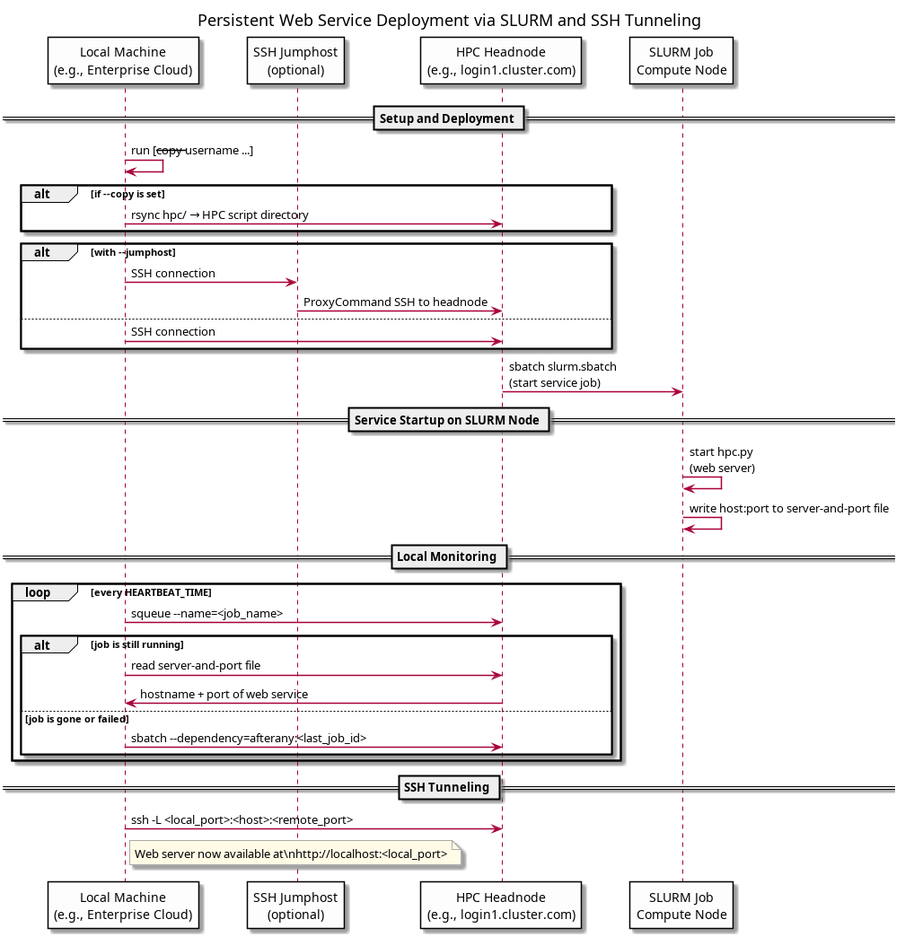
The PlantUML diagram architecture/slurm_service_workflow.png in NormanTUD/hpc_server_continously_running_http_job, before a commit. The source it was exported from:
```plantuml
@startuml slurm_service_workflow

title Persistent Web Service Deployment via SLURM and SSH Tunneling

skinparam participantPadding 20
skinparam sequenceArrowThickness 1.5
skinparam participant {
  BackgroundColor #fdfdfd
  BorderColor black
  FontColor black
}
skinparam note {
  BackgroundColor #fffbe6
  BorderColor #aaaaaa
}

participant "Local Machine\n(e.g., Enterprise Cloud)" as Local
participant "SSH Jumphost\n(optional)" as Jumphost
participant "HPC Headnode\n(e.g., login1.cluster.com)" as Headnode
participant "SLURM Job\nCompute Node" as Slurm

== Setup and Deployment ==

Local -> Local : run [--copy --username ...]
alt if --copy is set
    Local -> Headnode : rsync hpc/ → HPC script directory
end

alt with --jumphost
    Local -> Jumphost : SSH connection
    Jumphost -> Headnode : ProxyCommand SSH to headnode
else
    Local -> Headnode : SSH connection
end

Headnode -> Slurm : sbatch slurm.sbatch\n(start service job)

== Service Startup on SLURM Node ==

Slurm -> Slurm : start hpc.py\n(web server)
Slurm -> Slurm : write host:port to server-and-port file

== Local Monitoring ==

loop every HEARTBEAT_TIME
    Local -> Headnode : squeue --name=<job_name>
    alt job is still running
        Local -> Headnode : read server-and-port file
        Headnode -> Local : hostname + port of web service
    else job is gone or failed
        Local -> Headnode : sbatch --dependency=afterany:<last_job_id>
    end
end

== SSH Tunneling ==

Local -> Headnode : ssh -L <local_port>:<host>:<remote_port>
note right of Local
  Web server now available at\nhttp://localhost:<local_port>
end note

@enduml
```
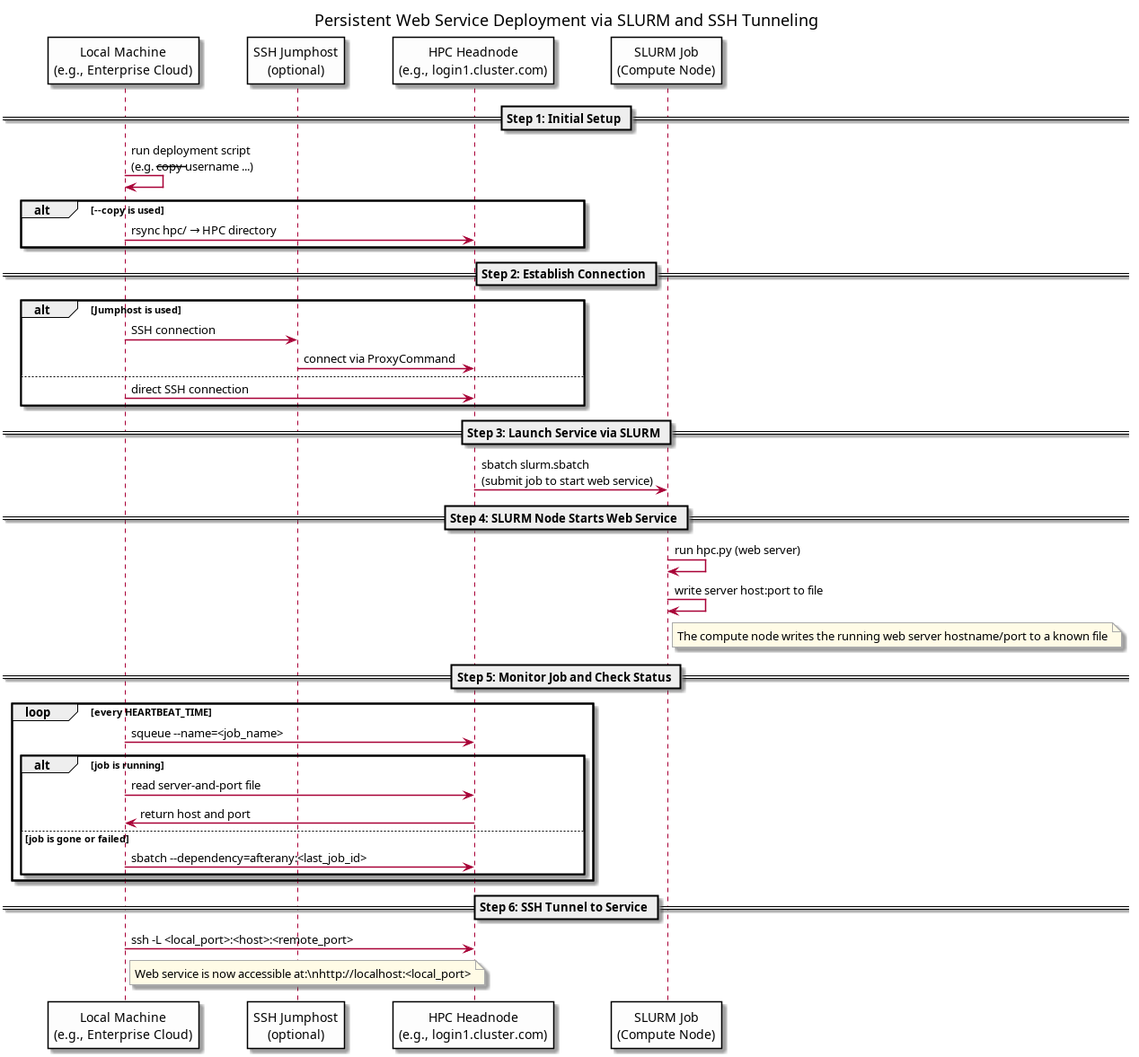
After the commit.

Commit message:
prototype for architecture

Diff of the diagram source:
```diff
@@ -12,51 +12,60 @@
 skinparam note {
   BackgroundColor #fffbe6
   BorderColor #aaaaaa
+  FontColor black
 }
 
 participant "Local Machine\n(e.g., Enterprise Cloud)" as Local
 participant "SSH Jumphost\n(optional)" as Jumphost
 participant "HPC Headnode\n(e.g., login1.cluster.com)" as Headnode
-participant "SLURM Job\nCompute Node" as Slurm
+participant "SLURM Job\n(Compute Node)" as Slurm
 
-== Setup and Deployment ==
+== Step 1: Initial Setup ==
 
-Local -> Local : run [--copy --username ...]
-alt if --copy is set
-    Local -> Headnode : rsync hpc/ → HPC script directory
+Local -> Local : run deployment script\n(e.g. --copy --username ...)
+alt --copy is used
+  Local -> Headnode : rsync hpc/ → HPC directory
 end
 
-alt with --jumphost
-    Local -> Jumphost : SSH connection
-    Jumphost -> Headnode : ProxyCommand SSH to headnode
+== Step 2: Establish Connection ==
+
+alt Jumphost is used
+  Local -> Jumphost : SSH connection
+  Jumphost -> Headnode : connect via ProxyCommand
 else
-    Local -> Headnode : SSH connection
+  Local -> Headnode : direct SSH connection
 end
 
-Headnode -> Slurm : sbatch slurm.sbatch\n(start service job)
+== Step 3: Launch Service via SLURM ==
 
-== Service Startup on SLURM Node ==
+Headnode -> Slurm : sbatch slurm.sbatch\n(submit job to start web service)
 
-Slurm -> Slurm : start hpc.py\n(web server)
-Slurm -> Slurm : write host:port to server-and-port file
+== Step 4: SLURM Node Starts Web Service ==
 
-== Local Monitoring ==
+Slurm -> Slurm : run hpc.py (web server)
+Slurm -> Slurm : write server host:port to file
+
+note right of Slurm
+  The compute node writes the running web server hostname/port to a known file
+end note
+
+== Step 5: Monitor Job and Check Status ==
 
 loop every HEARTBEAT_TIME
-    Local -> Headnode : squeue --name=<job_name>
-    alt job is still running
-        Local -> Headnode : read server-and-port file
-        Headnode -> Local : hostname + port of web service
-    else job is gone or failed
-        Local -> Headnode : sbatch --dependency=afterany:<last_job_id>
-    end
+  Local -> Headnode : squeue --name=<job_name>
+  alt job is running
+    Local -> Headnode : read server-and-port file
+    Headnode -> Local : return host and port
+  else job is gone or failed
+    Local -> Headnode : sbatch --dependency=afterany:<last_job_id>
+  end
 end
 
-== SSH Tunneling ==
+== Step 6: SSH Tunnel to Service ==
 
 Local -> Headnode : ssh -L <local_port>:<host>:<remote_port>
 note right of Local
-  Web server now available at\nhttp://localhost:<local_port>
+  Web service is now accessible at:\nhttp://localhost:<local_port>
 end note
 
 @enduml
```
